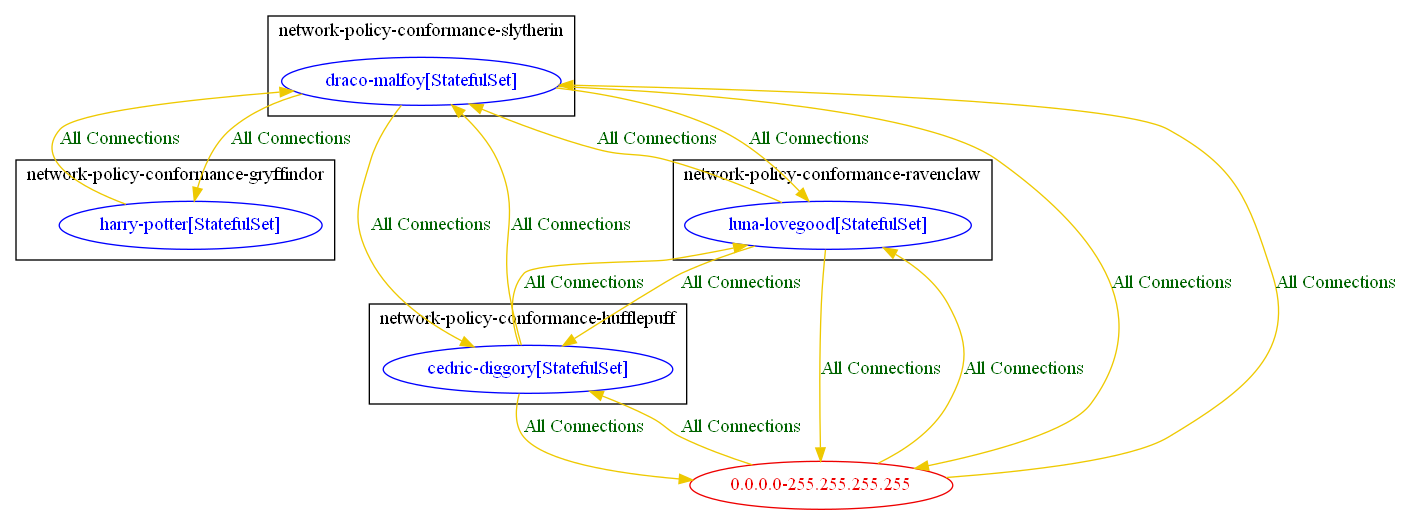
This is test_outputs/connlist/anp_np_banp_core_test_connlist_output.dot.png from np-guard/netpol-analyzer, a Graphviz export, as it was before one commit. Its source is kept beside it as test_outputs/connlist/anp_np_banp_core_test_connlist_output.dot. The source it was exported from:
```dot
digraph {
	subgraph "cluster_network_policy_conformance_gryffindor" {
		color="black"
		fontcolor="black"
		"network-policy-conformance-gryffindor/harry-potter[StatefulSet]" [label="harry-potter[StatefulSet]" color="blue" fontcolor="blue"]
		label="network-policy-conformance-gryffindor"
	}
	subgraph "cluster_network_policy_conformance_hufflepuff" {
		color="black"
		fontcolor="black"
		"network-policy-conformance-hufflepuff/cedric-diggory[StatefulSet]" [label="cedric-diggory[StatefulSet]" color="blue" fontcolor="blue"]
		label="network-policy-conformance-hufflepuff"
	}
	subgraph "cluster_network_policy_conformance_ravenclaw" {
		color="black"
		fontcolor="black"
		"network-policy-conformance-ravenclaw/luna-lovegood[StatefulSet]" [label="luna-lovegood[StatefulSet]" color="blue" fontcolor="blue"]
		label="network-policy-conformance-ravenclaw"
	}
	subgraph "cluster_network_policy_conformance_slytherin" {
		color="black"
		fontcolor="black"
		"network-policy-conformance-slytherin/draco-malfoy[StatefulSet]" [label="draco-malfoy[StatefulSet]" color="blue" fontcolor="blue"]
		label="network-policy-conformance-slytherin"
	}
	"0.0.0.0-255.255.255.255" [label="0.0.0.0-255.255.255.255" color="red2" fontcolor="red2"]
	"0.0.0.0-255.255.255.255" -> "network-policy-conformance-hufflepuff/cedric-diggory[StatefulSet]" [label="All Connections" color="gold2" fontcolor="darkgreen" weight=0.5]
	"0.0.0.0-255.255.255.255" -> "network-policy-conformance-ravenclaw/luna-lovegood[StatefulSet]" [label="All Connections" color="gold2" fontcolor="darkgreen" weight=0.5]
	"0.0.0.0-255.255.255.255" -> "network-policy-conformance-slytherin/draco-malfoy[StatefulSet]" [label="All Connections" color="gold2" fontcolor="darkgreen" weight=0.5]
	"network-policy-conformance-gryffindor/harry-potter[StatefulSet]" -> "network-policy-conformance-slytherin/draco-malfoy[StatefulSet]" [label="All Connections" color="gold2" fontcolor="darkgreen" weight=0.5]
	"network-policy-conformance-hufflepuff/cedric-diggory[StatefulSet]" -> "0.0.0.0-255.255.255.255" [label="All Connections" color="gold2" fontcolor="darkgreen" weight=1]
	"network-policy-conformance-hufflepuff/cedric-diggory[StatefulSet]" -> "network-policy-conformance-ravenclaw/luna-lovegood[StatefulSet]" [label="All Connections" color="gold2" fontcolor="darkgreen" weight=0.5]
	"network-policy-conformance-hufflepuff/cedric-diggory[StatefulSet]" -> "network-policy-conformance-slytherin/draco-malfoy[StatefulSet]" [label="All Connections" color="gold2" fontcolor="darkgreen" weight=0.5]
	"network-policy-conformance-ravenclaw/luna-lovegood[StatefulSet]" -> "0.0.0.0-255.255.255.255" [label="All Connections" color="gold2" fontcolor="darkgreen" weight=1]
	"network-policy-conformance-ravenclaw/luna-lovegood[StatefulSet]" -> "network-policy-conformance-hufflepuff/cedric-diggory[StatefulSet]" [label="All Connections" color="gold2" fontcolor="darkgreen" weight=1]
	"network-policy-conformance-ravenclaw/luna-lovegood[StatefulSet]" -> "network-policy-conformance-slytherin/draco-malfoy[StatefulSet]" [label="All Connections" color="gold2" fontcolor="darkgreen" weight=0.5]
	"network-policy-conformance-slytherin/draco-malfoy[StatefulSet]" -> "0.0.0.0-255.255.255.255" [label="All Connections" color="gold2" fontcolor="darkgreen" weight=1]
	"network-policy-conformance-slytherin/draco-malfoy[StatefulSet]" -> "network-policy-conformance-gryffindor/harry-potter[StatefulSet]" [label="All Connections" color="gold2" fontcolor="darkgreen" weight=1]
	"network-policy-conformance-slytherin/draco-malfoy[StatefulSet]" -> "network-policy-conformance-hufflepuff/cedric-diggory[StatefulSet]" [label="All Connections" color="gold2" fontcolor="darkgreen" weight=1]
	"network-policy-conformance-slytherin/draco-malfoy[StatefulSet]" -> "network-policy-conformance-ravenclaw/luna-lovegood[StatefulSet]" [label="All Connections" color="gold2" fontcolor="darkgreen" weight=1]
}
```
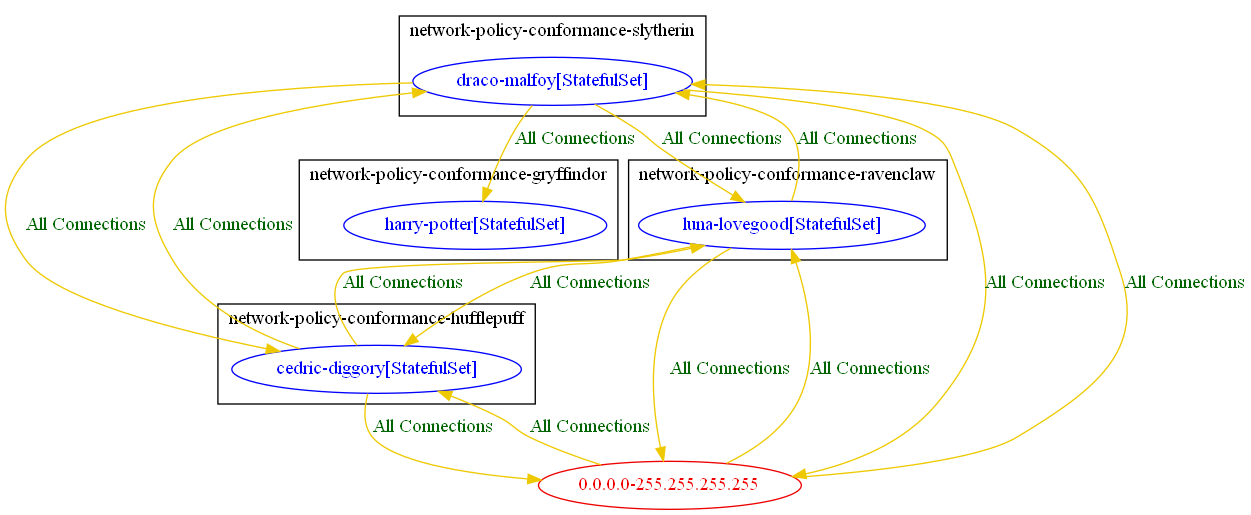
Later version of the same file.

Diff of the diagram source:
```diff
@@ -27,7 +27,6 @@
 	"0.0.0.0-255.255.255.255" -> "network-policy-conformance-hufflepuff/cedric-diggory[StatefulSet]" [label="All Connections" color="gold2" fontcolor="darkgreen" weight=0.5]
 	"0.0.0.0-255.255.255.255" -> "network-policy-conformance-ravenclaw/luna-lovegood[StatefulSet]" [label="All Connections" color="gold2" fontcolor="darkgreen" weight=0.5]
 	"0.0.0.0-255.255.255.255" -> "network-policy-conformance-slytherin/draco-malfoy[StatefulSet]" [label="All Connections" color="gold2" fontcolor="darkgreen" weight=0.5]
-	"network-policy-conformance-gryffindor/harry-potter[StatefulSet]" -> "network-policy-conformance-slytherin/draco-malfoy[StatefulSet]" [label="All Connections" color="gold2" fontcolor="darkgreen" weight=0.5]
 	"network-policy-conformance-hufflepuff/cedric-diggory[StatefulSet]" -> "0.0.0.0-255.255.255.255" [label="All Connections" color="gold2" fontcolor="darkgreen" weight=1]
 	"network-policy-conformance-hufflepuff/cedric-diggory[StatefulSet]" -> "network-policy-conformance-ravenclaw/luna-lovegood[StatefulSet]" [label="All Connections" color="gold2" fontcolor="darkgreen" weight=0.5]
 	"network-policy-conformance-hufflepuff/cedric-diggory[StatefulSet]" -> "network-policy-conformance-slytherin/draco-malfoy[StatefulSet]" [label="All Connections" color="gold2" fontcolor="darkgreen" weight=0.5]
```
